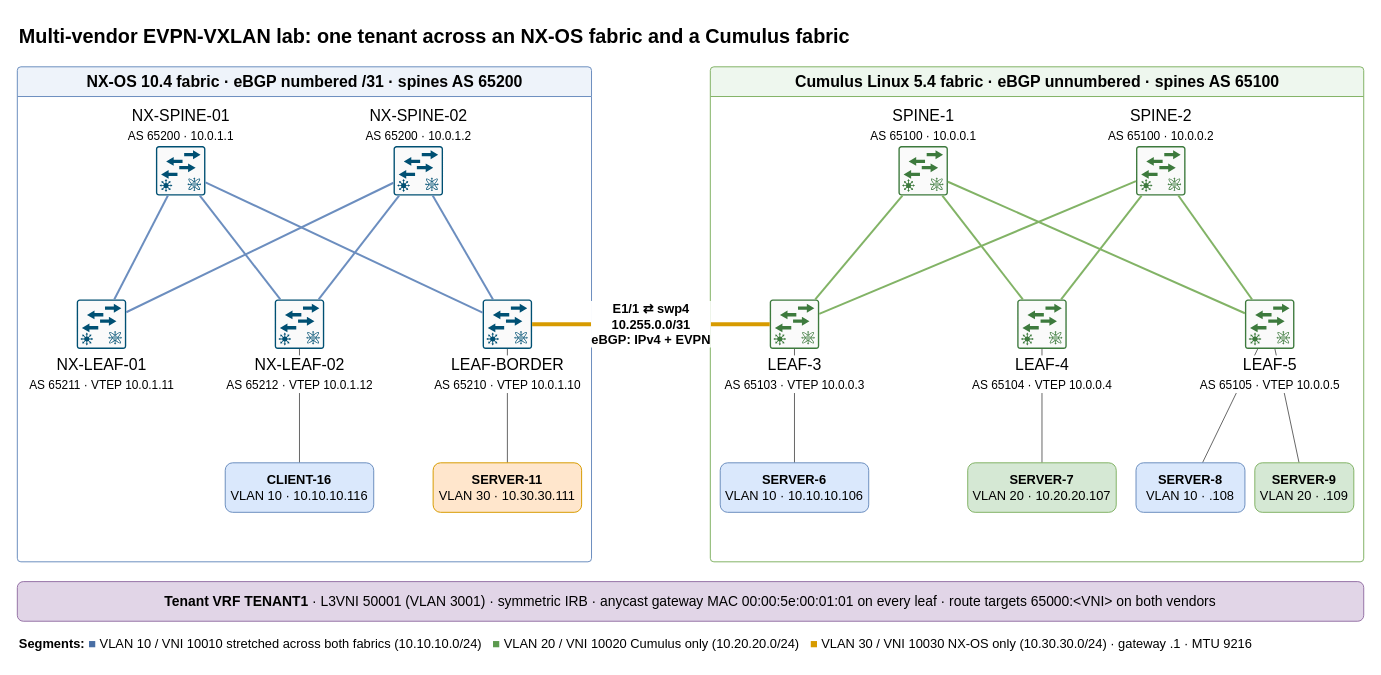
Earlier version of the draw.io diagram evpn-multivendor/diagrams/topology.drawio (safized/networkfactory-labs). Source tidied: cells renumbered, new cells numbered last; positions are measured from the earlier drawing's top-left corner, leaving out a move shared by most shapes. Both pictures are drawn from the tidied source at 99%, with x=0, y=0 at pixel (17, 17).
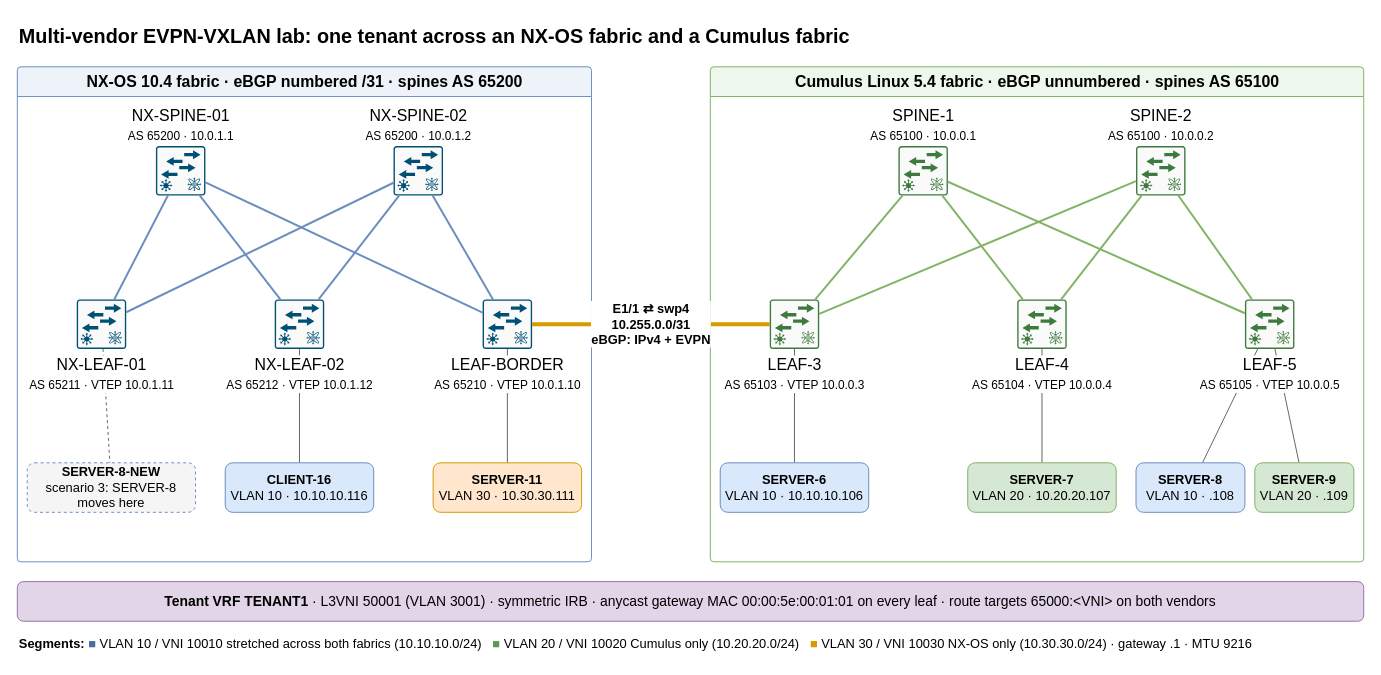
The same diagram, later.

Unchanged cells that the change refers to:
```xml
<mxCell id="3" value="NX-OS 10.4 fabric · eBGP numbered /31 · spines AS 65200" style="swimlane;startSize=30;fillColor=#eef3fa;strokeColor=#6c8ebf;fontSize=16;fontStyle=1;html=1;rounded=1;arcSize=4;" parent="1" vertex="1">
  <mxGeometry y="50" width="580" height="500" as="geometry" />
</mxCell>
<mxCell id="13" value="NX-LEAF-01&lt;br&gt;&lt;font style=&quot;font-size:12px&quot;&gt;AS 65211 · VTEP 10.0.1.11&lt;/font&gt;" style="sketch=0;verticalLabelPosition=bottom;html=1;verticalAlign=top;align=center;shape=mxgraph.cisco19.rect;prIcon=layer3_nexus_5k_switch;labelBackgroundColor=#ffffff;fillColor=#FAFAFA;strokeColor=#005073;fontSize=16;" parent="3" vertex="1">
  <mxGeometry x="60" y="235" width="50" height="50" as="geometry" />
</mxCell>
```

Diff of the diagram source:
```diff
@@
+    <mxCell id="42" style="endArrow=none;html=1;strokeColor=#666666;dashed=1;" parent="3" edge="1" source="13" target="43">
+      <mxGeometry relative="1" as="geometry" />
+    </mxCell>
@@
+    <mxCell id="43" value="&lt;b&gt;SERVER-8-NEW&lt;/b&gt;&lt;br&gt;scenario 3: SERVER-8 moves here" style="rounded=1;whiteSpace=wrap;html=1;fillColor=#f5f5f5;strokeColor=#6c8ebf;dashed=1;fontSize=13;" parent="3" vertex="1">
+      <mxGeometry x="10" y="400" width="170" height="50" as="geometry" />
+    </mxCell>
```
